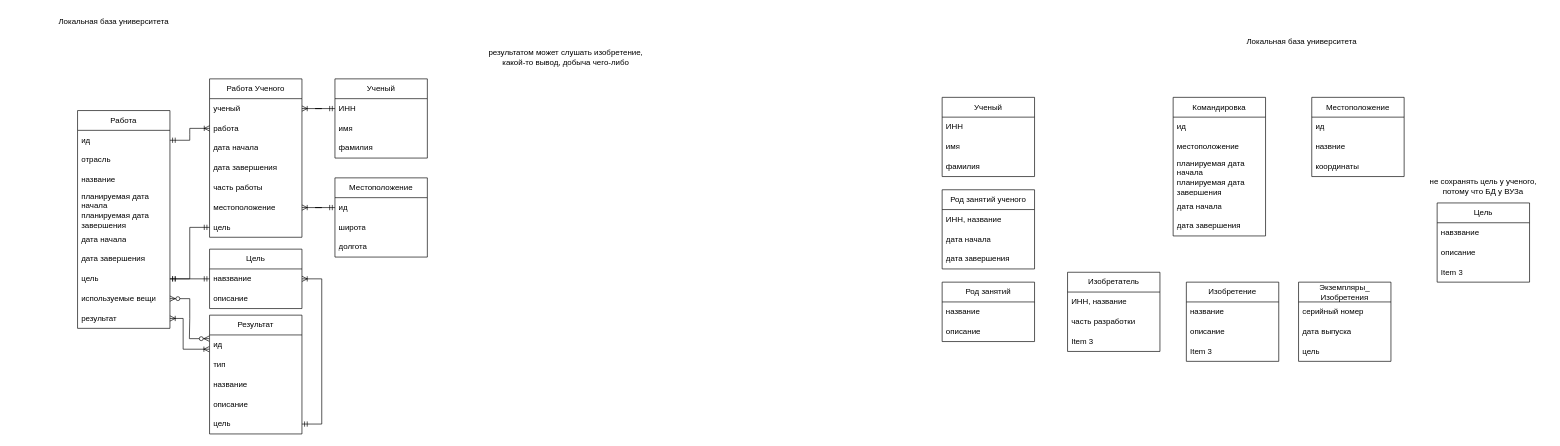
Earlier version of the draw.io diagram DB/lab_1/diagrams/info.drawio (vanya9090/itmo). Source tidied: cells renumbered, new cells numbered last; positions are measured from the earlier drawing's top-left corner, leaving out a move shared by most shapes. Both pictures are drawn from the tidied source at 66%, with x=0, y=0 at pixel (11, 11).
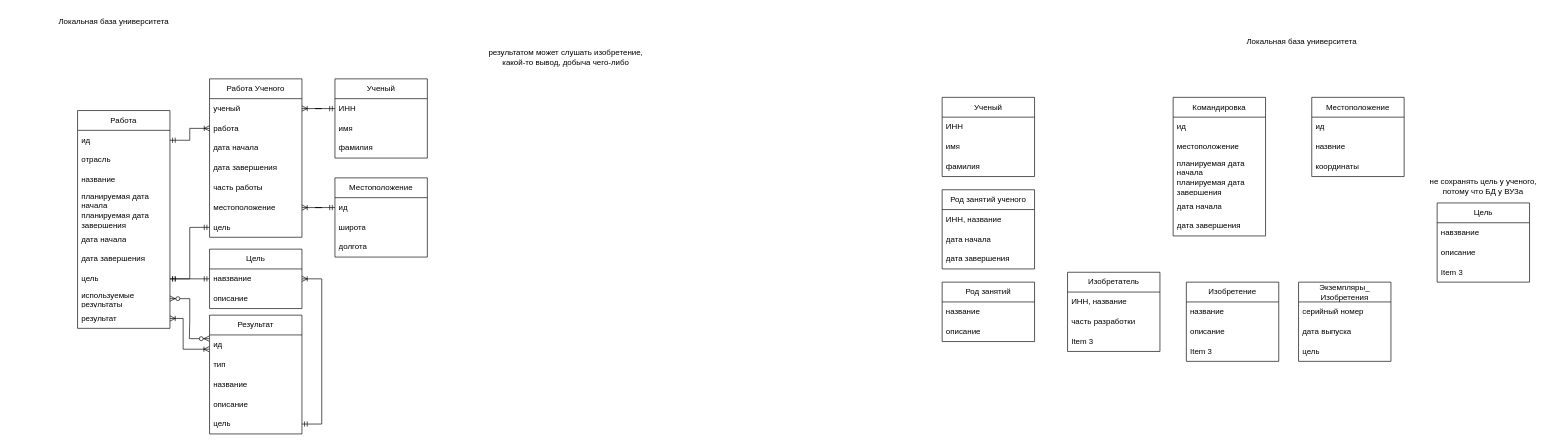
Above is the later version.

Commit message (it also covers changes not shown here):
update diagrams for 1st DB lab

The change refers to these unchanged cells:
```xml
<mxCell id="46" value="Работа" style="swimlane;fontStyle=0;horizontal=1;startSize=30;whiteSpace=wrap;html=1;" parent="1" vertex="1">
  <mxGeometry x="100" y="150" width="140" height="330" as="geometry" />
</mxCell>
```

The edit, as a diff of the source:
```diff
@@
-    <mxCell id="55" value="используемые вещи" style="text;strokeColor=none;fillColor=none;align=left;verticalAlign=middle;spacingLeft=4;spacingRight=4;overflow=hidden;points=[[0,0.5],[1,0.5]];portConstraint=eastwest;whiteSpace=wrap;html=1;" parent="46" vertex="1">
+    <mxCell id="55" value="используемые результаты" style="text;strokeColor=none;fillColor=none;align=left;verticalAlign=middle;spacingLeft=4;spacingRight=4;overflow=hidden;points=[[0,0.5],[1,0.5]];portConstraint=eastwest;whiteSpace=wrap;html=1;" parent="46" vertex="1">
       <mxGeometry y="270" width="140" height="30" as="geometry" />
     </mxCell>
```
